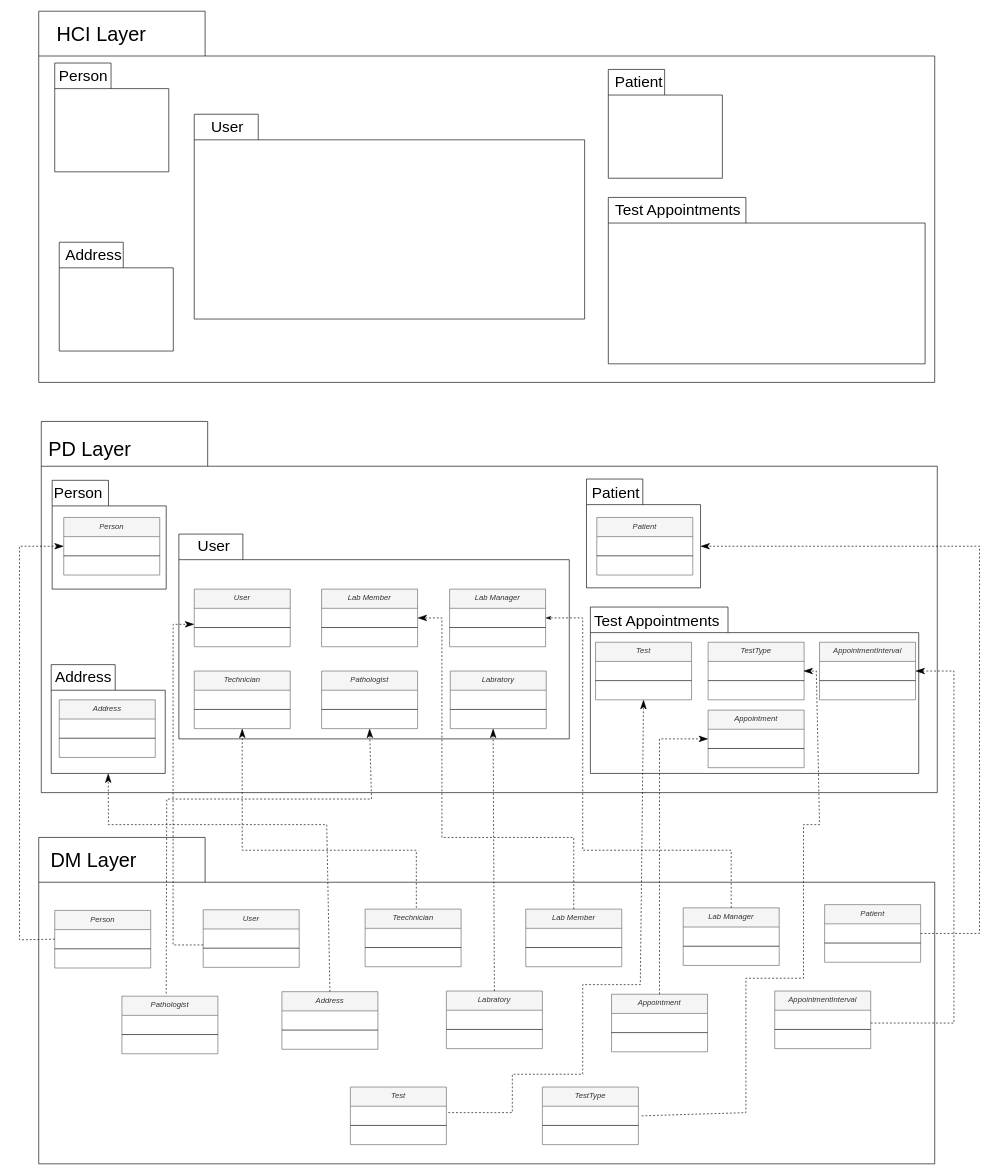
This is PackageDiagram.drawio from ArashSameni/SoftwareEngineering, a draw.io file, before an edit. Source tidied: cells renumbered, new cells numbered last; positions are measured from the earlier drawing's top-left corner, leaving out a move shared by most shapes. Both pictures are drawn from the tidied source at 64%, with x=0, y=0 at pixel (19, 11).
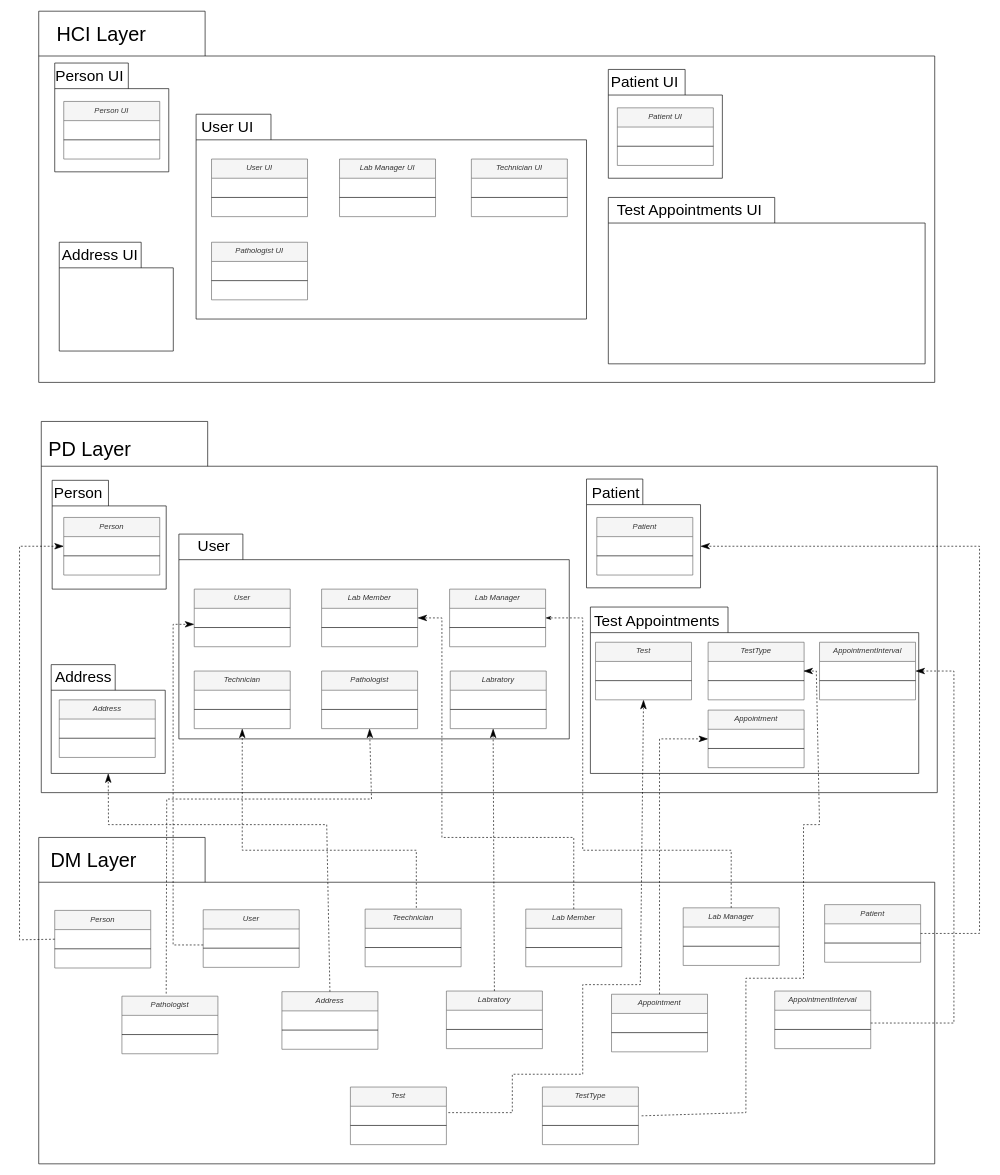
After the change.

What changed in the source:
```diff
@@
-    <mxCell id="83" style="shape=folder;fontStyle=1;spacingTop=10;tabWidth=100;tabHeight=40;tabPosition=left;html=1;whiteSpace=wrap;hachureGap=4;fontFamily=Helvetica;fontSize=20;" parent="1" vertex="1">
-      <mxGeometry x="273" y="161" width="610" height="320" as="geometry" />
+    <mxCell id="83" style="shape=folder;fontStyle=1;spacingTop=10;tabWidth=117;tabHeight=40;tabPosition=left;html=1;whiteSpace=wrap;hachureGap=4;fontFamily=Helvetica;fontSize=20;" parent="1" vertex="1">
+      <mxGeometry x="275.9" y="161" width="610" height="320" as="geometry" />
     </mxCell>
-    <mxCell id="84" style="shape=folder;fontStyle=1;spacingTop=10;tabWidth=88;tabHeight=40;tabPosition=left;html=1;whiteSpace=wrap;hachureGap=4;fontFamily=Helvetica;fontSize=20;" parent="1" vertex="1">
+    <mxCell id="84" style="shape=folder;fontStyle=1;spacingTop=10;tabWidth=115;tabHeight=40;tabPosition=left;html=1;whiteSpace=wrap;hachureGap=4;fontFamily=Helvetica;fontSize=20;" parent="1" vertex="1">
       <mxGeometry x="55" y="81" width="178.2" height="170" as="geometry" />
     </mxCell>
-    <mxCell id="85" style="shape=folder;fontStyle=1;spacingTop=10;tabWidth=100;tabHeight=40;tabPosition=left;html=1;whiteSpace=wrap;hachureGap=4;fontFamily=Helvetica;fontSize=20;" parent="1" vertex="1">
+    <mxCell id="85" style="shape=folder;fontStyle=1;spacingTop=10;tabWidth=128;tabHeight=40;tabPosition=left;html=1;whiteSpace=wrap;hachureGap=4;fontFamily=Helvetica;fontSize=20;" parent="1" vertex="1">
       <mxGeometry x="62.1" y="361" width="178.2" height="170" as="geometry" />
     </mxCell>
-    <mxCell id="86" style="shape=folder;fontStyle=1;spacingTop=10;tabWidth=88;tabHeight=40;tabPosition=left;html=1;whiteSpace=wrap;hachureGap=4;fontFamily=Helvetica;fontSize=20;" parent="1" vertex="1">
+    <mxCell id="86" style="shape=folder;fontStyle=1;spacingTop=10;tabWidth=120;tabHeight=40;tabPosition=left;html=1;whiteSpace=wrap;hachureGap=4;fontFamily=Helvetica;fontSize=20;" parent="1" vertex="1">
       <mxGeometry x="920" y="91" width="178.2" height="170" as="geometry" />
     </mxCell>
-    <mxCell id="87" style="shape=folder;fontStyle=1;spacingTop=10;tabWidth=215;tabHeight=40;tabPosition=left;html=1;whiteSpace=wrap;hachureGap=4;fontFamily=Helvetica;fontSize=20;" parent="1" vertex="1">
+    <mxCell id="87" style="shape=folder;fontStyle=1;spacingTop=10;tabWidth=260;tabHeight=40;tabPosition=left;html=1;whiteSpace=wrap;hachureGap=4;fontFamily=Helvetica;fontSize=20;" parent="1" vertex="1">
       <mxGeometry x="920" y="291" width="495" height="260" as="geometry" />
     </mxCell>
-    <mxCell id="88" value="&lt;font style=&quot;font-size: 24px;&quot;&gt;Person&lt;/font&gt;" style="text;html=1;strokeColor=none;fillColor=none;align=center;verticalAlign=middle;whiteSpace=wrap;rounded=0;" parent="1" vertex="1">
-      <mxGeometry x="25" y="81" width="150" height="40" as="geometry" />
+    <mxCell id="88" value="&lt;font style=&quot;font-size: 24px;&quot;&gt;Person UI&lt;/font&gt;" style="text;html=1;strokeColor=none;fillColor=none;align=center;verticalAlign=middle;whiteSpace=wrap;rounded=0;" parent="1" vertex="1">
+      <mxGeometry x="27" y="81" width="165" height="40" as="geometry" />
     </mxCell>
-    <mxCell id="89" value="&lt;font style=&quot;font-size: 24px;&quot;&gt;Address&lt;/font&gt;" style="text;html=1;strokeColor=none;fillColor=none;align=center;verticalAlign=middle;whiteSpace=wrap;rounded=0;" parent="1" vertex="1">
-      <mxGeometry x="40" y="361" width="152" height="40" as="geometry" />
+    <mxCell id="89" value="&lt;font style=&quot;font-size: 24px;&quot;&gt;Address UI&lt;/font&gt;" style="text;html=1;strokeColor=none;fillColor=none;align=center;verticalAlign=middle;whiteSpace=wrap;rounded=0;" parent="1" vertex="1">
+      <mxGeometry x="49.5" y="361" width="152" height="40" as="geometry" />
     </mxCell>
-    <mxCell id="90" value="&lt;font style=&quot;font-size: 24px;&quot;&gt;User&lt;/font&gt;" style="text;html=1;strokeColor=none;fillColor=none;align=center;verticalAlign=middle;whiteSpace=wrap;rounded=0;" parent="1" vertex="1">
+    <mxCell id="90" value="&lt;font style=&quot;font-size: 24px;&quot;&gt;User UI&lt;/font&gt;" style="text;html=1;strokeColor=none;fillColor=none;align=center;verticalAlign=middle;whiteSpace=wrap;rounded=0;" parent="1" vertex="1">
       <mxGeometry x="249" y="161" width="152" height="40" as="geometry" />
     </mxCell>
-    <mxCell id="91" value="&lt;font style=&quot;font-size: 24px;&quot;&gt;Patient&lt;/font&gt;" style="text;html=1;strokeColor=none;fillColor=none;align=center;verticalAlign=middle;whiteSpace=wrap;rounded=0;" parent="1" vertex="1">
-      <mxGeometry x="892" y="91" width="152" height="40" as="geometry" />
+    <mxCell id="91" value="&lt;font style=&quot;font-size: 24px;&quot;&gt;Patient UI&lt;/font&gt;" style="text;html=1;strokeColor=none;fillColor=none;align=center;verticalAlign=middle;whiteSpace=wrap;rounded=0;" parent="1" vertex="1">
+      <mxGeometry x="901" y="91" width="152" height="40" as="geometry" />
     </mxCell>
-    <mxCell id="92" value="&lt;font style=&quot;font-size: 24px;&quot;&gt;Test Appointments&lt;/font&gt;" style="text;html=1;strokeColor=none;fillColor=none;align=center;verticalAlign=middle;whiteSpace=wrap;rounded=0;" parent="1" vertex="1">
-      <mxGeometry x="902" y="291" width="254.1" height="40" as="geometry" />
+    <mxCell id="92" value="&lt;font style=&quot;font-size: 24px;&quot;&gt;Test Appointments UI&lt;/font&gt;" style="text;html=1;strokeColor=none;fillColor=none;align=center;verticalAlign=middle;whiteSpace=wrap;rounded=0;" parent="1" vertex="1">
+      <mxGeometry x="920" y="291" width="254.1" height="40" as="geometry" />
     </mxCell>
+    <mxCell id="93" value="Patient UI" style="swimlane;fontStyle=2;align=center;verticalAlign=top;horizontal=1;startSize=30;rounded=0;shadow=0;strokeWidth=1;fillColor=#f5f5f5;fontColor=#333333;strokeColor=#666666;" parent="1" vertex="1">
+      <mxGeometry x="934.1" y="151" width="150" height="90" as="geometry" />
+    </mxCell>
+    <mxCell id="94" style="line;html=1;strokeWidth=1;align=left;verticalAlign=middle;spacingTop=-1;spacingLeft=3;spacingRight=3;labelPosition=right;" parent="93" vertex="1">
+      <mxGeometry y="30" width="150" height="60" as="geometry" />
+    </mxCell>
+    <mxCell id="95" value="Lab Manager UI" style="swimlane;fontStyle=2;align=center;verticalAlign=top;horizontal=1;startSize=30;rounded=0;shadow=0;strokeWidth=1;fillColor=#f5f5f5;fontColor=#333333;strokeColor=#666666;" parent="1" vertex="1">
+      <mxGeometry x="500" y="231" width="150" height="90" as="geometry" />
+    </mxCell>
+    <mxCell id="96" style="line;html=1;strokeWidth=1;align=left;verticalAlign=middle;spacingTop=-1;spacingLeft=3;spacingRight=3;labelPosition=right;" parent="95" vertex="1">
+      <mxGeometry y="30" width="150" height="60" as="geometry" />
+    </mxCell>
+    <mxCell id="97" value="Technician UI" style="swimlane;fontStyle=2;align=center;verticalAlign=top;horizontal=1;startSize=30;rounded=0;shadow=0;strokeWidth=1;fillColor=#f5f5f5;fontColor=#333333;strokeColor=#666666;" parent="1" vertex="1">
+      <mxGeometry x="706" y="231" width="150" height="90" as="geometry" />
+    </mxCell>
+    <mxCell id="98" style="line;html=1;strokeWidth=1;align=left;verticalAlign=middle;spacingTop=-1;spacingLeft=3;spacingRight=3;labelPosition=right;" parent="97" vertex="1">
+      <mxGeometry y="30" width="150" height="60" as="geometry" />
+    </mxCell>
+    <mxCell id="99" value="Pathologist UI" style="swimlane;fontStyle=2;align=center;verticalAlign=top;horizontal=1;startSize=30;rounded=0;shadow=0;strokeWidth=1;fillColor=#f5f5f5;fontColor=#333333;strokeColor=#666666;" parent="1" vertex="1">
+      <mxGeometry x="300" y="361" width="150" height="90" as="geometry" />
+    </mxCell>
+    <mxCell id="100" style="line;html=1;strokeWidth=1;align=left;verticalAlign=middle;spacingTop=-1;spacingLeft=3;spacingRight=3;labelPosition=right;" parent="99" vertex="1">
+      <mxGeometry y="30" width="150" height="60" as="geometry" />
+    </mxCell>
+    <mxCell id="101" value="User UI" style="swimlane;fontStyle=2;align=center;verticalAlign=top;horizontal=1;startSize=30;rounded=0;shadow=0;strokeWidth=1;fillColor=#f5f5f5;fontColor=#333333;strokeColor=#666666;" parent="1" vertex="1">
+      <mxGeometry x="300" y="231" width="150" height="90" as="geometry" />
+    </mxCell>
+    <mxCell id="102" style="line;html=1;strokeWidth=1;align=left;verticalAlign=middle;spacingTop=-1;spacingLeft=3;spacingRight=3;labelPosition=right;" parent="101" vertex="1">
+      <mxGeometry y="30" width="150" height="60" as="geometry" />
+    </mxCell>
+    <mxCell id="103" value="Person UI" style="swimlane;fontStyle=2;align=center;verticalAlign=top;horizontal=1;startSize=30;rounded=0;shadow=0;strokeWidth=1;fillColor=#f5f5f5;fontColor=#333333;strokeColor=#666666;" parent="1" vertex="1">
+      <mxGeometry x="69.1" y="141" width="150" height="90" as="geometry" />
+    </mxCell>
+    <mxCell id="104" style="line;html=1;strokeWidth=1;align=left;verticalAlign=middle;spacingTop=-1;spacingLeft=3;spacingRight=3;labelPosition=right;" parent="103" vertex="1">
+      <mxGeometry y="30" width="150" height="60" as="geometry" />
+    </mxCell>
```
